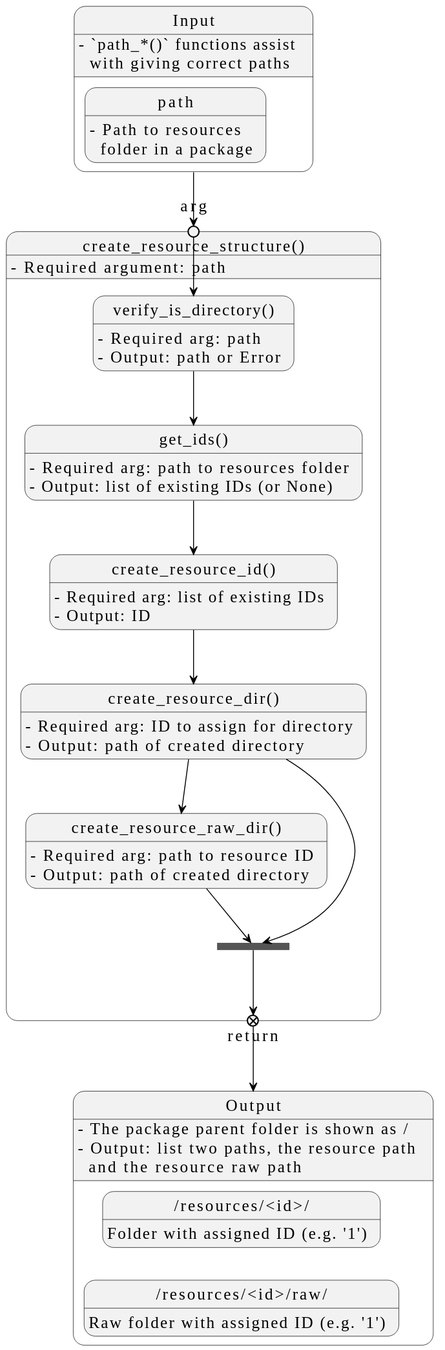
The PlantUML diagram docs/design/images/core-python-functions/create-resource-structure.svg in signekb/seedcase-sprout, before a commit.
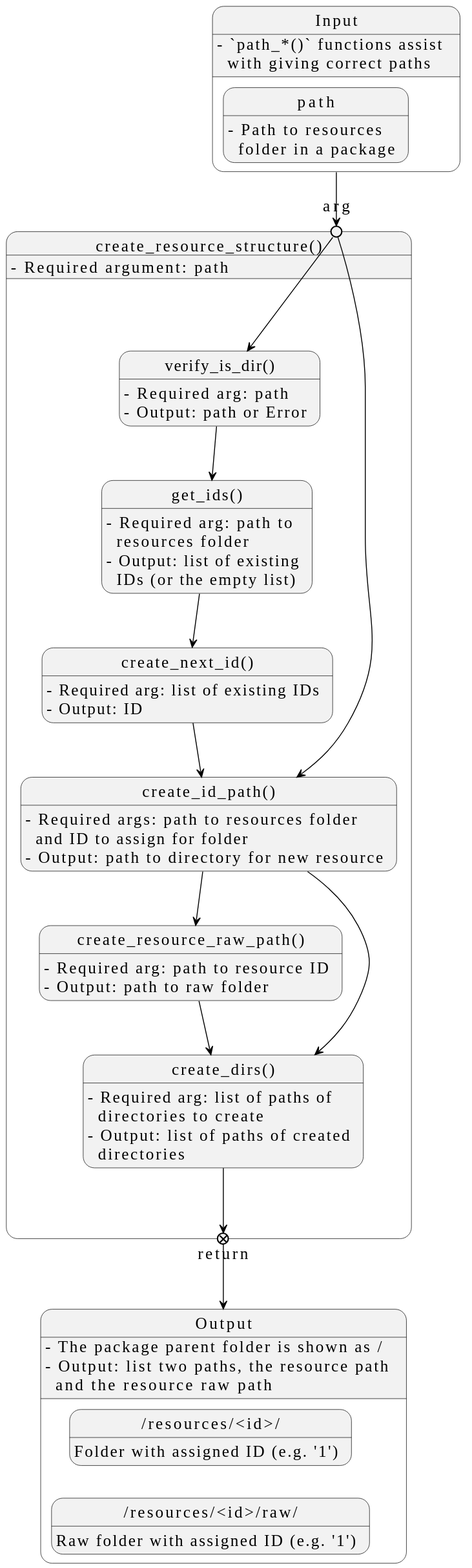
The same file after the commit.

Commit message:
docs: 🏗️ update `create_resource_structure()` function diagram (#589)

What changed in the source:
```diff
@@ -1,8 +1,5 @@
 @startuml
 !theme seedcase from https://raw.githubusercontent.com/seedcase-project/seedcase-theme/main
-
-skinparam StateFontColor black
-skinparam StateFontName Fira Code
 
 state "Input" as input {
   input : - `path_*()` functions assist\n  with giving correct paths
@@ -26,36 +23,40 @@
   state arg <<entryPoint>>
   input --> arg
 
-  state "verify_is_directory()" as vid
+  state "verify_is_dir()" as vid
   vid : - Required arg: path
   vid : - Output: path or Error
   arg --> vid
 
   state "get_ids()" as gi
-  gi : - Required arg: path to resources folder
-  gi : - Output: list of existing IDs (or None)
+  gi : - Required arg: path to\n  resources folder
+  gi : - Output: list of existing\n  IDs (or the empty list)
   vid --> gi
 
-  state "create_resource_id()" as cri
-  cri : - Required arg: list of existing IDs
-  cri : - Output: ID
-  gi --> cri
+  state "create_next_id()" as cni
+  cni : - Required arg: list of existing IDs
+  cni : - Output: ID
+  gi --> cni
 
-  state "create_resource_dir()" as crd
-  crd : - Required arg: ID to assign for directory
-  crd : - Output: path of created directory
-  cri --> crd
+  state "create_id_path()" as cip
+  cip : - Required args: path to resources folder\n  and ID to assign for folder
+  cip : - Output: path to directory for new resource
+  cni --> cip
+  arg --> cip
 
-  state "create_resource_raw_dir()" as crrd
-  crrd : - Required arg: path to resource ID
-  crrd : - Output: path of created directory
-  crd --> crrd
+  state "create_resource_raw_path()" as crrp
+  crrp : - Required arg: path to resource ID
+  crrp : - Output: path to raw folder
+  cip --> crrp
 
-  state join <<join>>
+  state "create_dirs()" as cd
+  cd : - Required arg: list of paths of\n  directories to create
+  cd : - Output: list of paths of created\n  directories
+  cip --> cd
+  crrp --> cd
+
   state return <<exitPoint>>
-  crrd --> join
-  crd --> join
-  join --> return
+  cd --> return
   return --> output
 }
 @enduml
```
